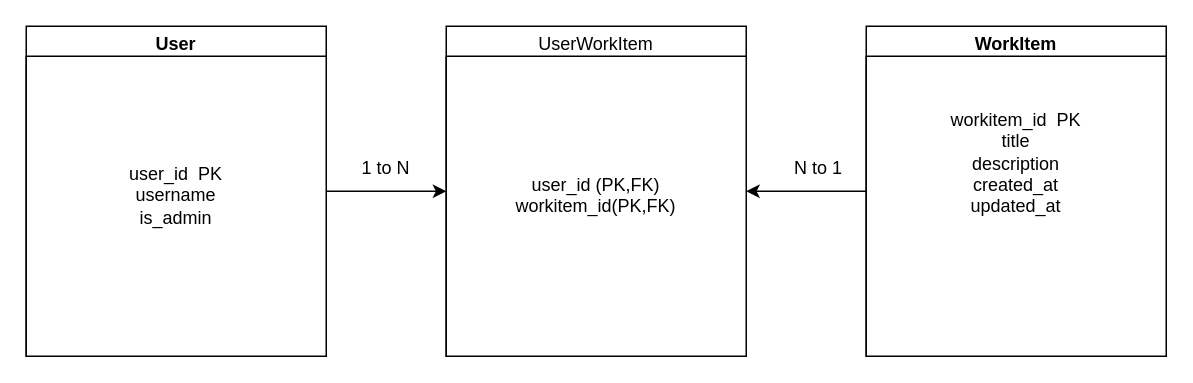
apple90507/WorkItem keeps this draw.io diagram as Docs/ERD.drawio. Above is the earlier version. Source tidied: cells renumbered, new cells numbered last; positions are measured from the earlier drawing's top-left corner, leaving out a move shared by most shapes. Both pictures are drawn from the tidied source at 150%, with x=0, y=0 at pixel (26, 26).
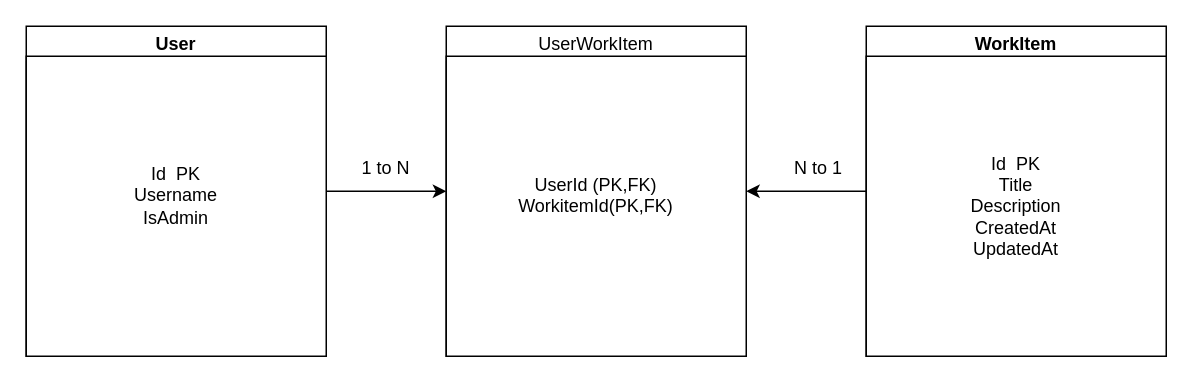
The same page after the edit.

Diff of the diagram source:
```diff
@@
 <mxGraphModel background="light-dark(#ffffff, #121212)">
   <root>
     <mxCell id="0" />
     <mxCell id="1" parent="0" />
     <mxCell id="2" style="edgeStyle=orthogonalEdgeStyle;rounded=0;jettySize=auto;html=1;exitX=1;exitY=0.5;exitDx=0;exitDy=0;entryX=0;entryY=0.5;entryDx=0;entryDy=0;" parent="1" edge="1" source="3" target="5">
       <mxGeometry relative="1" as="geometry" />
     </mxCell>
     <mxCell id="3" value="User" style="swimlane;whiteSpace=wrap;html=1;" parent="1" vertex="1">
       <mxGeometry width="200" height="220" as="geometry" />
     </mxCell>
-    <mxCell id="4" value="&lt;div&gt;&lt;br&gt;&lt;/div&gt;&lt;div&gt;&lt;div&gt;&lt;br&gt;&lt;/div&gt;&lt;div&gt;user_id&amp;nbsp; PK&lt;br&gt;&lt;/div&gt;&lt;div&gt;username&lt;/div&gt;&lt;div&gt;is_admin&lt;/div&gt;&lt;div&gt;&lt;br&gt;&lt;/div&gt;&lt;div&gt;&lt;br&gt;&lt;/div&gt;&lt;div&gt;&lt;br&gt;&lt;/div&gt;&lt;/div&gt;" style="rounded=0;whiteSpace=wrap;html=1;" parent="3" vertex="1">
+    <mxCell id="4" value="&lt;div&gt;&lt;br&gt;&lt;/div&gt;&lt;div&gt;&lt;div&gt;&lt;br&gt;&lt;/div&gt;&lt;div&gt;Id&amp;nbsp; PK&lt;br&gt;&lt;/div&gt;&lt;div&gt;Username&lt;/div&gt;&lt;div&gt;IsAdmin&lt;/div&gt;&lt;div&gt;&lt;br&gt;&lt;/div&gt;&lt;div&gt;&lt;br&gt;&lt;/div&gt;&lt;div&gt;&lt;br&gt;&lt;/div&gt;&lt;/div&gt;" style="rounded=0;whiteSpace=wrap;html=1;" parent="3" vertex="1">
       <mxGeometry y="20" width="200" height="200" as="geometry" />
     </mxCell>
     <mxCell id="5" value="&lt;span style=&quot;font-weight: 400;&quot;&gt;UserWorkItem&lt;/span&gt;" style="swimlane;whiteSpace=wrap;html=1;" parent="1" vertex="1">
       <mxGeometry x="280" width="200" height="220" as="geometry" />
     </mxCell>
-    <mxCell id="6" value="&lt;div&gt;&lt;div&gt;user_id (PK,FK)&lt;br&gt;workitem_id(PK,FK)&lt;/div&gt;&lt;div&gt;&lt;br&gt;&lt;/div&gt;&lt;/div&gt;" style="rounded=0;whiteSpace=wrap;html=1;" parent="5" vertex="1">
+    <mxCell id="6" value="&lt;div&gt;&lt;div&gt;UserId (PK,FK)&lt;br&gt;WorkitemId(PK,FK)&lt;/div&gt;&lt;div&gt;&lt;br&gt;&lt;/div&gt;&lt;/div&gt;" style="rounded=0;whiteSpace=wrap;html=1;" parent="5" vertex="1">
       <mxGeometry y="20" width="200" height="200" as="geometry" />
     </mxCell>
     <mxCell id="7" style="edgeStyle=orthogonalEdgeStyle;rounded=0;jettySize=auto;html=1;exitX=0;exitY=0.5;exitDx=0;exitDy=0;entryX=1;entryY=0.5;entryDx=0;entryDy=0;" parent="1" edge="1" source="8" target="5">
       <mxGeometry relative="1" as="geometry" />
     </mxCell>
     <mxCell id="8" value="WorkItem" style="swimlane;whiteSpace=wrap;html=1;" parent="1" vertex="1">
       <mxGeometry x="560" width="200" height="220" as="geometry" />
     </mxCell>
-    <mxCell id="9" value="&lt;div&gt;&lt;div&gt;workitem_id&amp;nbsp; PK&lt;/div&gt;&lt;div&gt;title&lt;br&gt;description&lt;br&gt;created_at&lt;br&gt;updated_at&lt;/div&gt;&lt;div&gt;&lt;br&gt;&lt;/div&gt;&lt;/div&gt;&lt;div&gt;&lt;div&gt;&lt;br&gt;&lt;/div&gt;&lt;div&gt;&lt;br&gt;&lt;/div&gt;&lt;div&gt;&lt;br&gt;&lt;/div&gt;&lt;/div&gt;" style="rounded=0;whiteSpace=wrap;html=1;" parent="8" vertex="1">
+    <mxCell id="9" value="&lt;div&gt;&lt;div&gt;Id&amp;nbsp; PK&lt;/div&gt;&lt;div&gt;Title&lt;br&gt;Description&lt;br&gt;CreatedAt&lt;br&gt;UpdatedAt&lt;/div&gt;&lt;/div&gt;" style="rounded=0;whiteSpace=wrap;html=1;" parent="8" vertex="1">
       <mxGeometry y="20" width="200" height="200" as="geometry" />
     </mxCell>
     <mxCell id="10" value="1 to N" style="text;html=1;whiteSpace=wrap;strokeColor=none;fillColor=none;align=center;verticalAlign=middle;rounded=0;" parent="1" vertex="1">
       <mxGeometry x="210" y="80" width="60" height="30" as="geometry" />
     </mxCell>
     <mxCell id="11" value="N to 1&amp;nbsp;" style="text;html=1;whiteSpace=wrap;strokeColor=none;fillColor=none;align=center;verticalAlign=middle;rounded=0;" parent="1" vertex="1">
       <mxGeometry x="500" y="80" width="60" height="30" as="geometry" />
     </mxCell>
   </root>
 </mxGraphModel>
```
